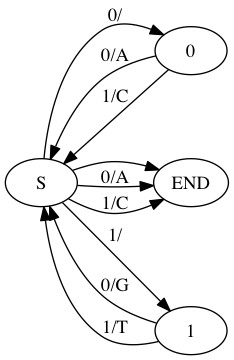
Earlier version of the Graphviz export doc/naive.png (ihh/dnastore). Its source is kept beside it as doc/naive.dot. The source it was exported from:
```dot
digraph G {
	rankdir=LR;
	S -> 0 [label="0/"];
	S -> 1 [label="1/"];
	0 -> S [label="0/A"];
	0 -> S [label="1/C"];
	1 -> S [label="0/G"];
	1 -> S [label="1/T"];
	S -> END;
	S -> END [label="0/A"];
	S -> END [label="1/C"];
}
```
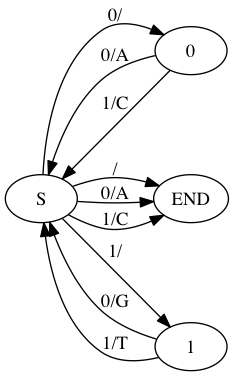
Above is the later version.

What changed in the source:
```diff
@@ -6,7 +6,7 @@
 	0 -> S [label="1/C"];
 	1 -> S [label="0/G"];
 	1 -> S [label="1/T"];
-	S -> END;
+	S -> END [label="/"];
 	S -> END [label="0/A"];
 	S -> END [label="1/C"];
 }
```
